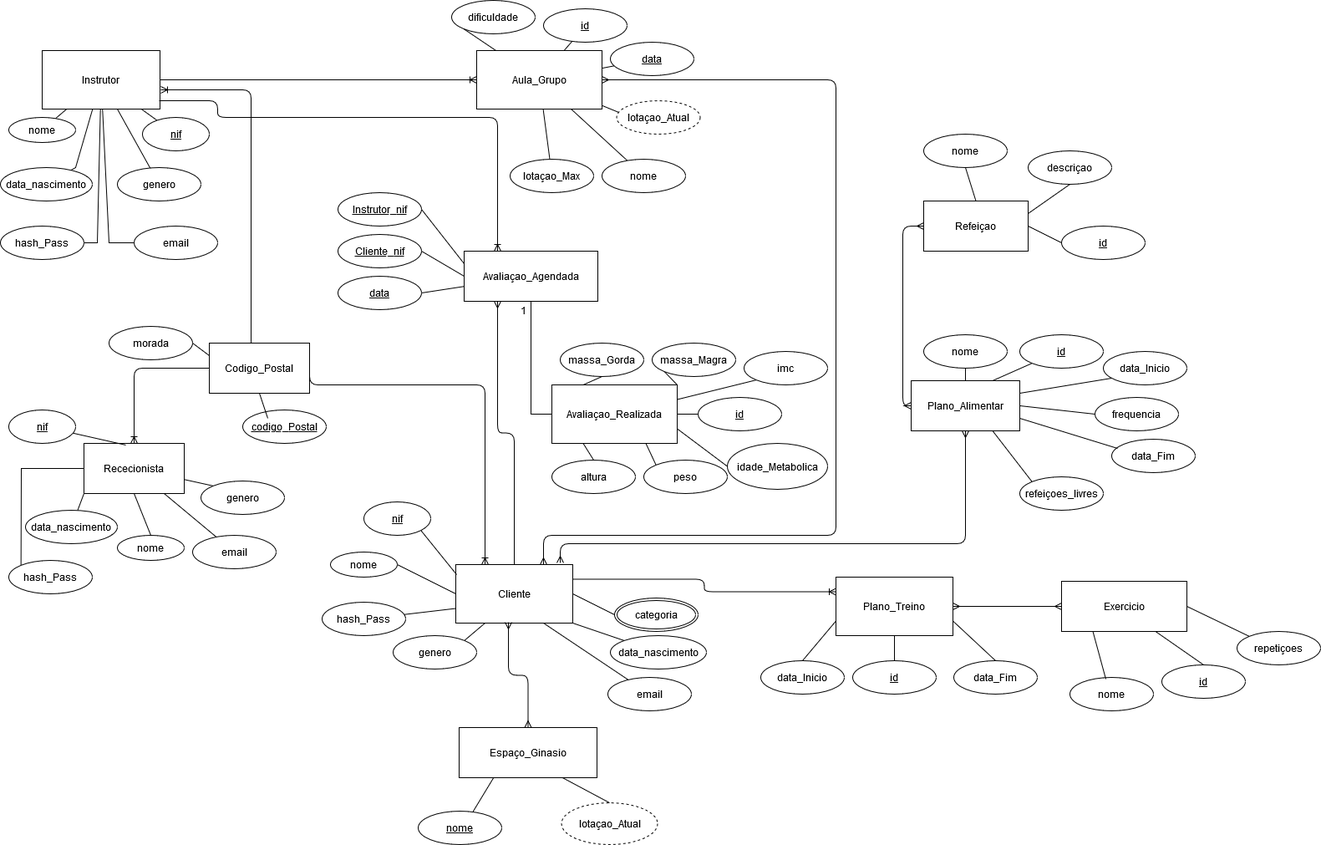
Above: UMFit-DataBase/Modelo_Conceptual_UMFit.png in devzizu/umfit (draw.io), before the change. Source tidied: cells renumbered, new cells last; positions are measured from the earlier drawing's top-left corner, leaving out a move shared by most shapes.
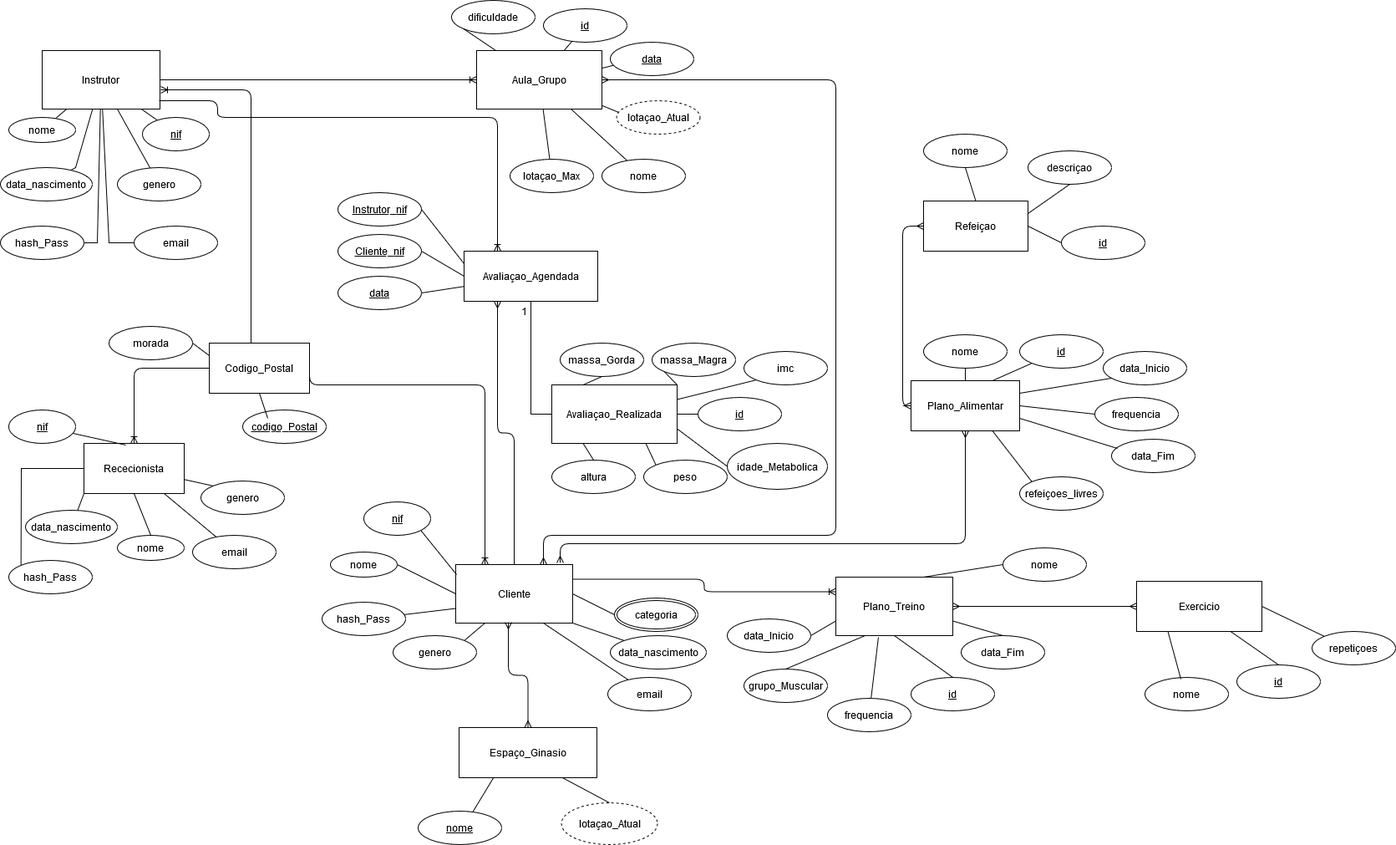
The same diagram one commit later.

Commit message:
Update dos modelos lógico e conceptual da base de dados

What changed in the source:
```diff
@@ -315,15 +315,15 @@
       <mxGeometry x="1000" y="690" width="140" height="70" as="geometry" />
     </mxCell>
     <mxCell id="90" value="id" style="ellipse;whiteSpace=wrap;html=1;align=center;fontStyle=4;rounded=0;shadow=0;comic=0;" parent="1" vertex="1">
-      <mxGeometry x="1020" y="790" width="100" height="40" as="geometry" />
+      <mxGeometry x="1090" y="810" width="100" height="40" as="geometry" />
     </mxCell>
     <mxCell id="91" value="data_Fim" style="ellipse;whiteSpace=wrap;html=1;align=center;rounded=0;shadow=0;comic=0;" parent="1" vertex="1">
-      <mxGeometry x="1141" y="790" width="100" height="40" as="geometry" />
+      <mxGeometry x="1150" y="760" width="100" height="40" as="geometry" />
     </mxCell>
     <mxCell id="92" value="data_Inicio" style="ellipse;whiteSpace=wrap;html=1;align=center;rounded=0;shadow=0;comic=0;" parent="1" vertex="1">
-      <mxGeometry x="910" y="790" width="100" height="40" as="geometry" />
+      <mxGeometry x="870" y="740" width="100" height="40" as="geometry" />
     </mxCell>
-    <mxCell id="93" style="endArrow=none;html=1;rounded=0;entryX=0;entryY=0.75;entryDx=0;entryDy=0;exitX=0.5;exitY=0;exitDx=0;exitDy=0;" parent="1" edge="1" source="92" target="89">
+    <mxCell id="93" style="endArrow=none;html=1;rounded=0;entryX=0;entryY=0.75;entryDx=0;entryDy=0;exitX=1;exitY=0.5;exitDx=0;exitDy=0;" parent="1" edge="1" source="92" target="89">
       <mxGeometry relative="1" as="geometry" />
     </mxCell>
     <mxCell id="94" style="endArrow=none;html=1;rounded=0;entryX=0.5;entryY=1;entryDx=0;entryDy=0;exitX=0.5;exitY=0;exitDx=0;exitDy=0;" parent="1" edge="1" source="90" target="89">
@@ -336,19 +336,19 @@
       <mxGeometry relative="1" as="geometry" />
     </mxCell>
     <mxCell id="97" value="Exercicio" style="whiteSpace=wrap;html=1;align=center;rounded=0;shadow=0;comic=0;" parent="1" vertex="1">
-      <mxGeometry x="1270" y="695" width="150" height="60" as="geometry" />
+      <mxGeometry x="1360" y="695" width="150" height="60" as="geometry" />
     </mxCell>
     <mxCell id="98" style="edgeStyle=orthogonalEdgeStyle;fontSize=12;html=1;endArrow=ERmany;startArrow=ERmany;exitX=1;exitY=0.5;exitDx=0;exitDy=0;entryX=0;entryY=0.5;entryDx=0;entryDy=0;" parent="1" edge="1" source="89" target="97">
       <mxGeometry relative="1" as="geometry" />
     </mxCell>
     <mxCell id="99" value="id" style="ellipse;whiteSpace=wrap;html=1;align=center;fontStyle=4;rounded=0;shadow=0;comic=0;" parent="1" vertex="1">
-      <mxGeometry x="1390" y="795" width="100" height="40" as="geometry" />
+      <mxGeometry x="1480" y="795" width="100" height="40" as="geometry" />
     </mxCell>
     <mxCell id="100" value="nome" style="ellipse;whiteSpace=wrap;html=1;align=center;rounded=0;shadow=0;comic=0;" parent="1" vertex="1">
-      <mxGeometry x="1280" y="810" width="100" height="40" as="geometry" />
+      <mxGeometry x="1370" y="810" width="100" height="40" as="geometry" />
     </mxCell>
     <mxCell id="101" value="repetiçoes" style="ellipse;whiteSpace=wrap;html=1;align=center;rounded=0;shadow=0;comic=0;" parent="1" vertex="1">
-      <mxGeometry x="1480" y="755" width="100" height="40" as="geometry" />
+      <mxGeometry x="1570" y="755" width="100" height="40" as="geometry" />
     </mxCell>
     <mxCell id="102" style="endArrow=none;html=1;rounded=0;entryX=1;entryY=0.5;entryDx=0;entryDy=0;exitX=0;exitY=0;exitDx=0;exitDy=0;" parent="1" edge="1" source="101" target="97">
       <mxGeometry relative="1" as="geometry" />
@@ -461,5 +461,23 @@
     <mxCell id="135" value="nome" style="ellipse;whiteSpace=wrap;html=1;align=center;fontStyle=4;" parent="1" vertex="1">
       <mxGeometry x="500" y="970" width="100" height="40" as="geometry" />
     </mxCell>
+    <mxCell id="136" value="grupo_Muscular" style="ellipse;whiteSpace=wrap;html=1;align=center;" parent="1" vertex="1">
+      <mxGeometry x="890" y="800" width="100" height="40" as="geometry" />
+    </mxCell>
+    <mxCell id="137" style="endArrow=none;html=1;rounded=0;exitX=0.25;exitY=1;exitDx=0;exitDy=0;entryX=0.5;entryY=0;entryDx=0;entryDy=0;" parent="1" edge="1" source="89" target="136">
+      <mxGeometry relative="1" as="geometry" />
+    </mxCell>
+    <mxCell id="138" value="frequencia" style="ellipse;whiteSpace=wrap;html=1;align=center;" parent="1" vertex="1">
+      <mxGeometry x="990" y="835" width="100" height="40" as="geometry" />
+    </mxCell>
+    <mxCell id="139" style="endArrow=none;html=1;rounded=0;exitX=0.364;exitY=1.029;exitDx=0;exitDy=0;exitPerimeter=0;" parent="1" edge="1" source="89" target="138">
+      <mxGeometry relative="1" as="geometry" />
+    </mxCell>
+    <mxCell id="140" value="nome" style="ellipse;whiteSpace=wrap;html=1;align=center;" parent="1" vertex="1">
+      <mxGeometry x="1200" y="655" width="100" height="40" as="geometry" />
+    </mxCell>
+    <mxCell id="141" style="endArrow=none;html=1;rounded=0;entryX=0;entryY=0.5;entryDx=0;entryDy=0;exitX=0.75;exitY=0;exitDx=0;exitDy=0;" parent="1" edge="1" source="89" target="140">
+      <mxGeometry relative="1" as="geometry" />
+    </mxCell>
   </root>
 </mxGraphModel>
```
